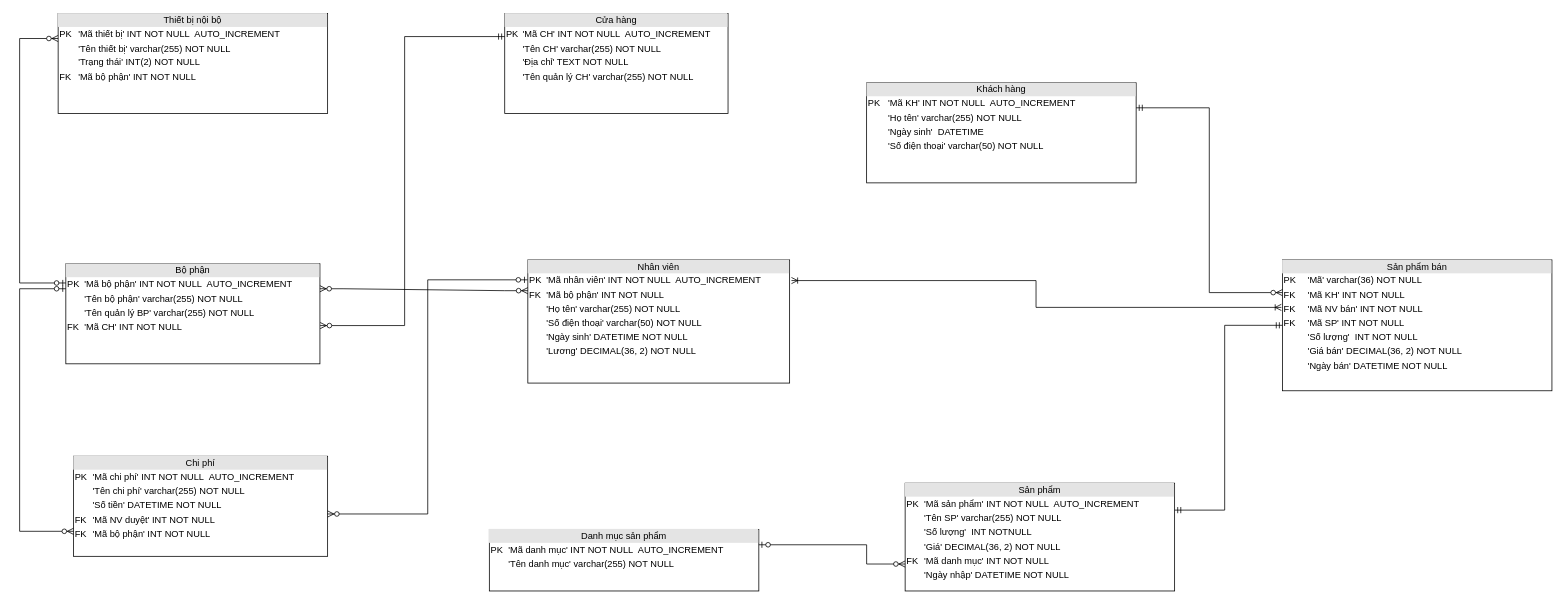
Before: Bieu do du lieu muc logic.drawio in NightFury712/Test, a draw.io diagram. Source tidied: cells renumbered, new cells numbered last; positions are measured from the earlier drawing's top-left corner, leaving out a move shared by most shapes. Both pictures are drawn from the tidied source at 77%, with x=0, y=0 at pixel (19, 13).
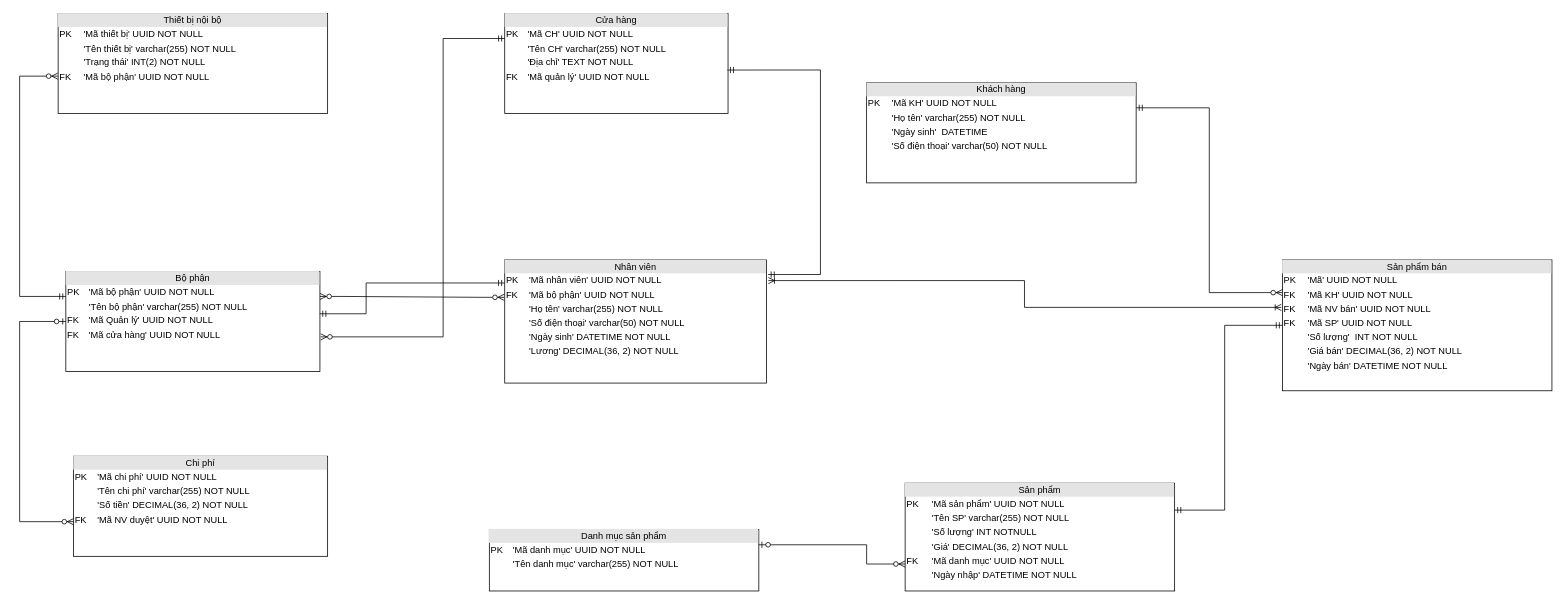
The same page after the edit.

Diff of the diagram source:
```diff
@@
-    <mxCell id="2" value="&lt;div style=&quot;text-align: center ; box-sizing: border-box ; width: 100% ; background: rgb(228 , 228 , 228) ; padding: 2px&quot;&gt;Thiết bị nội bộ&lt;/div&gt;&lt;table style=&quot;width: 100% ; font-size: 1em&quot; cellpadding=&quot;2&quot; cellspacing=&quot;0&quot;&gt;&lt;tbody&gt;&lt;tr&gt;&lt;td&gt;PK&lt;/td&gt;&lt;td&gt;'Mã thiết bị' INT NOT NULL&amp;nbsp; AUTO_INCREMENT&lt;/td&gt;&lt;/tr&gt;&lt;tr&gt;&lt;td&gt;&lt;span style=&quot;white-space: pre&quot;&gt; &lt;/span&gt;&lt;br&gt;&lt;/td&gt;&lt;td&gt;'Tên thiết bị' varchar(255) NOT NULL&lt;/td&gt;&lt;/tr&gt;&lt;tr&gt;&lt;td&gt;&lt;br&gt;&lt;/td&gt;&lt;td&gt;'Trạng thái' INT(2) NOT NULL&lt;br&gt;&lt;/td&gt;&lt;/tr&gt;&lt;tr&gt;&lt;td&gt;FK&lt;/td&gt;&lt;td&gt;'Mã bộ phận' INT NOT NULL&lt;/td&gt;&lt;/tr&gt;&lt;/tbody&gt;&lt;/table&gt;" style="verticalAlign=top;align=left;overflow=fill;html=1;strokeColor=default;" parent="1" vertex="1">
+    <mxCell id="2" value="&lt;div style=&quot;text-align: center ; box-sizing: border-box ; width: 100% ; background: rgb(228 , 228 , 228) ; padding: 2px&quot;&gt;Thiết bị nội bộ&lt;/div&gt;&lt;table style=&quot;width: 100% ; font-size: 1em&quot; cellpadding=&quot;2&quot; cellspacing=&quot;0&quot;&gt;&lt;tbody&gt;&lt;tr&gt;&lt;td&gt;PK&lt;/td&gt;&lt;td&gt;'Mã thiết bị' UUID NOT NULL&amp;nbsp;&lt;/td&gt;&lt;/tr&gt;&lt;tr&gt;&lt;td&gt;&lt;span&gt; &lt;/span&gt;&lt;br&gt;&lt;/td&gt;&lt;td&gt;'Tên thiết bị' varchar(255) NOT NULL&lt;/td&gt;&lt;/tr&gt;&lt;tr&gt;&lt;td&gt;&lt;br&gt;&lt;/td&gt;&lt;td&gt;'Trạng thái' INT(2) NOT NULL&lt;br&gt;&lt;/td&gt;&lt;/tr&gt;&lt;tr&gt;&lt;td&gt;FK&lt;/td&gt;&lt;td&gt;'Mã bộ phận' UUID NOT NULL&lt;/td&gt;&lt;/tr&gt;&lt;/tbody&gt;&lt;/table&gt;" style="verticalAlign=top;align=left;overflow=fill;html=1;strokeColor=default;" parent="1" vertex="1">
       <mxGeometry x="50" width="350" height="130" as="geometry" />
     </mxCell>
-    <mxCell id="3" value="&lt;div style=&quot;text-align: center ; box-sizing: border-box ; width: 100% ; background: rgb(228 , 228 , 228) ; padding: 2px&quot;&gt;Cửa hàng&lt;/div&gt;&lt;table style=&quot;width: 100% ; font-size: 1em&quot; cellpadding=&quot;2&quot; cellspacing=&quot;0&quot;&gt;&lt;tbody&gt;&lt;tr&gt;&lt;td&gt;PK&lt;/td&gt;&lt;td&gt;'Mã CH' INT NOT NULL&amp;nbsp; AUTO_INCREMENT&lt;/td&gt;&lt;/tr&gt;&lt;tr&gt;&lt;td&gt;&lt;span style=&quot;white-space: pre&quot;&gt; &lt;/span&gt;&lt;br&gt;&lt;/td&gt;&lt;td&gt;'Tên CH' varchar(255) NOT NULL&amp;nbsp;&lt;/td&gt;&lt;/tr&gt;&lt;tr&gt;&lt;td&gt;&lt;br&gt;&lt;/td&gt;&lt;td&gt;'Địa chỉ' TEXT NOT NULL&lt;br&gt;&lt;/td&gt;&lt;/tr&gt;&lt;tr&gt;&lt;td&gt;&lt;br&gt;&lt;/td&gt;&lt;td&gt;'Tên quản lý CH' varchar(255) NOT NULL&lt;/td&gt;&lt;/tr&gt;&lt;/tbody&gt;&lt;/table&gt;" style="verticalAlign=top;align=left;overflow=fill;html=1;strokeColor=default;" parent="1" vertex="1">
+    <mxCell id="3" value="&lt;div style=&quot;text-align: center ; box-sizing: border-box ; width: 100% ; background: rgb(228 , 228 , 228) ; padding: 2px&quot;&gt;Cửa hàng&lt;/div&gt;&lt;table style=&quot;width: 100% ; font-size: 1em&quot; cellpadding=&quot;2&quot; cellspacing=&quot;0&quot;&gt;&lt;tbody&gt;&lt;tr&gt;&lt;td&gt;PK&lt;/td&gt;&lt;td&gt;'Mã CH' UUID NOT NULL&amp;nbsp;&amp;nbsp;&lt;/td&gt;&lt;/tr&gt;&lt;tr&gt;&lt;td&gt;&lt;span style=&quot;white-space: pre&quot;&gt; &lt;/span&gt;&lt;br&gt;&lt;/td&gt;&lt;td&gt;'Tên CH' varchar(255) NOT NULL&amp;nbsp;&lt;/td&gt;&lt;/tr&gt;&lt;tr&gt;&lt;td&gt;&lt;br&gt;&lt;/td&gt;&lt;td&gt;'Địa chỉ' TEXT NOT NULL&lt;br&gt;&lt;/td&gt;&lt;/tr&gt;&lt;tr&gt;&lt;td&gt;FK&lt;/td&gt;&lt;td&gt;'Mã quản lý' UUID NOT NULL&lt;/td&gt;&lt;/tr&gt;&lt;/tbody&gt;&lt;/table&gt;" style="verticalAlign=top;align=left;overflow=fill;html=1;strokeColor=default;" parent="1" vertex="1">
       <mxGeometry x="630" width="290" height="130" as="geometry" />
     </mxCell>
-    <mxCell id="4" value="&lt;div style=&quot;text-align: center ; box-sizing: border-box ; width: 100% ; background: rgb(228 , 228 , 228) ; padding: 2px&quot;&gt;Khách hàng&lt;/div&gt;&lt;table style=&quot;width: 100% ; font-size: 1em&quot; cellpadding=&quot;2&quot; cellspacing=&quot;0&quot;&gt;&lt;tbody&gt;&lt;tr&gt;&lt;td&gt;PK&lt;/td&gt;&lt;td&gt;'Mã KH' INT NOT NULL&amp;nbsp; AUTO_INCREMENT&lt;/td&gt;&lt;/tr&gt;&lt;tr&gt;&lt;td&gt;&lt;span style=&quot;white-space: pre&quot;&gt; &lt;/span&gt;&lt;br&gt;&lt;/td&gt;&lt;td&gt;'Họ tên' varchar(255) NOT NULL&amp;nbsp;&lt;/td&gt;&lt;/tr&gt;&lt;tr&gt;&lt;td&gt;&lt;br&gt;&lt;/td&gt;&lt;td&gt;'Ngày sinh'&amp;nbsp; DATETIME&lt;br&gt;&lt;/td&gt;&lt;/tr&gt;&lt;tr&gt;&lt;td&gt;&lt;br&gt;&lt;/td&gt;&lt;td&gt;'Số điện thoại' varchar(50) NOT NULL&lt;/td&gt;&lt;/tr&gt;&lt;/tbody&gt;&lt;/table&gt;" style="verticalAlign=top;align=left;overflow=fill;html=1;strokeColor=default;" parent="1" vertex="1">
+    <mxCell id="4" value="&lt;div style=&quot;text-align: center ; box-sizing: border-box ; width: 100% ; background: rgb(228 , 228 , 228) ; padding: 2px&quot;&gt;Khách hàng&lt;/div&gt;&lt;table style=&quot;width: 100% ; font-size: 1em&quot; cellpadding=&quot;2&quot; cellspacing=&quot;0&quot;&gt;&lt;tbody&gt;&lt;tr&gt;&lt;td&gt;PK&lt;/td&gt;&lt;td&gt;'Mã KH' UUID NOT NULL&lt;/td&gt;&lt;/tr&gt;&lt;tr&gt;&lt;td&gt;&lt;span&gt; &lt;/span&gt;&lt;br&gt;&lt;/td&gt;&lt;td&gt;'Họ tên' varchar(255) NOT NULL&amp;nbsp;&lt;/td&gt;&lt;/tr&gt;&lt;tr&gt;&lt;td&gt;&lt;br&gt;&lt;/td&gt;&lt;td&gt;'Ngày sinh'&amp;nbsp; DATETIME&lt;br&gt;&lt;/td&gt;&lt;/tr&gt;&lt;tr&gt;&lt;td&gt;&lt;br&gt;&lt;/td&gt;&lt;td&gt;'Số điện thoại' varchar(50) NOT NULL&lt;/td&gt;&lt;/tr&gt;&lt;/tbody&gt;&lt;/table&gt;" style="verticalAlign=top;align=left;overflow=fill;html=1;strokeColor=default;" parent="1" vertex="1">
       <mxGeometry x="1100" y="90" width="350" height="130" as="geometry" />
     </mxCell>
-    <mxCell id="5" value="&lt;div style=&quot;text-align: center ; box-sizing: border-box ; width: 100% ; background: rgb(228 , 228 , 228) ; padding: 2px&quot;&gt;Bộ phận&lt;/div&gt;&lt;table style=&quot;width: 100% ; font-size: 1em&quot; cellpadding=&quot;2&quot; cellspacing=&quot;0&quot;&gt;&lt;tbody&gt;&lt;tr&gt;&lt;td&gt;PK&lt;/td&gt;&lt;td&gt;'Mã bộ phận' INT NOT NULL&amp;nbsp; AUTO_INCREMENT&lt;/td&gt;&lt;/tr&gt;&lt;tr&gt;&lt;td&gt;&lt;span style=&quot;white-space: pre&quot;&gt; &lt;/span&gt;&lt;br&gt;&lt;/td&gt;&lt;td&gt;'Tên bộ phận' varchar(255) NOT NULL&amp;nbsp;&lt;/td&gt;&lt;/tr&gt;&lt;tr&gt;&lt;td&gt;&lt;br&gt;&lt;/td&gt;&lt;td&gt;'Tên quản lý BP' varchar(255) NOT NULL&lt;br&gt;&lt;/td&gt;&lt;/tr&gt;&lt;tr&gt;&lt;td&gt;FK&lt;/td&gt;&lt;td&gt;'Mã CH' INT NOT NULL&lt;/td&gt;&lt;/tr&gt;&lt;/tbody&gt;&lt;/table&gt;" style="verticalAlign=top;align=left;overflow=fill;html=1;strokeColor=default;" parent="1" vertex="1">
-      <mxGeometry x="60" y="325" width="330" height="130" as="geometry" />
+    <mxCell id="5" value="&lt;div style=&quot;text-align: center ; box-sizing: border-box ; width: 100% ; background: rgb(228 , 228 , 228) ; padding: 2px&quot;&gt;Bộ phận&lt;/div&gt;&lt;table style=&quot;width: 100% ; font-size: 1em&quot; cellpadding=&quot;2&quot; cellspacing=&quot;0&quot;&gt;&lt;tbody&gt;&lt;tr&gt;&lt;td&gt;PK&lt;/td&gt;&lt;td&gt;'Mã bộ phận' UUID NOT NULL&lt;br&gt;&lt;/td&gt;&lt;/tr&gt;&lt;tr&gt;&lt;td&gt;&lt;span&gt; &lt;/span&gt;&lt;br&gt;&lt;/td&gt;&lt;td&gt;'Tên bộ phận' varchar(255) NOT NULL&amp;nbsp;&lt;/td&gt;&lt;/tr&gt;&lt;tr&gt;&lt;td&gt;FK&lt;/td&gt;&lt;td&gt;'Mã Quản lý' UUID NOT NULL&lt;/td&gt;&lt;/tr&gt;&lt;tr&gt;&lt;td&gt;FK&lt;/td&gt;&lt;td&gt;'Mã cửa hàng' UUID NOT NULL&lt;/td&gt;&lt;/tr&gt;&lt;/tbody&gt;&lt;/table&gt;" style="verticalAlign=top;align=left;overflow=fill;html=1;strokeColor=default;" parent="1" vertex="1">
+      <mxGeometry x="60" y="335" width="330" height="130" as="geometry" />
     </mxCell>
-    <mxCell id="6" value="&lt;div style=&quot;text-align: center ; box-sizing: border-box ; width: 100% ; background: rgb(228 , 228 , 228) ; padding: 2px&quot;&gt;Nhân viên&lt;/div&gt;&lt;table style=&quot;width: 100% ; font-size: 1em&quot; cellpadding=&quot;2&quot; cellspacing=&quot;0&quot;&gt;&lt;tbody&gt;&lt;tr&gt;&lt;td&gt;PK&lt;/td&gt;&lt;td&gt;'Mã nhân viên' INT NOT NULL&amp;nbsp; AUTO_INCREMENT&lt;/td&gt;&lt;/tr&gt;&lt;tr&gt;&lt;td&gt;FK&lt;/td&gt;&lt;td&gt;'Mã bộ phận' INT NOT NULL&lt;/td&gt;&lt;/tr&gt;&lt;tr&gt;&lt;td&gt;&lt;span style=&quot;white-space: pre&quot;&gt; &lt;/span&gt;&lt;br&gt;&lt;/td&gt;&lt;td&gt;'Họ tên' varchar(255) NOT NULL&amp;nbsp;&lt;/td&gt;&lt;/tr&gt;&lt;tr&gt;&lt;td&gt;&lt;br&gt;&lt;/td&gt;&lt;td&gt;'Số điện thoại' varchar(50) NOT NULL&lt;br&gt;&lt;/td&gt;&lt;/tr&gt;&lt;tr&gt;&lt;td&gt;&lt;br&gt;&lt;/td&gt;&lt;td&gt;'Ngày sinh' DATETIME NOT NULL&lt;/td&gt;&lt;/tr&gt;&lt;tr&gt;&lt;td&gt;&lt;br&gt;&lt;/td&gt;&lt;td&gt;'Lương' DECIMAL(36, 2) NOT NULL&lt;/td&gt;&lt;/tr&gt;&lt;/tbody&gt;&lt;/table&gt;" style="verticalAlign=top;align=left;overflow=fill;html=1;strokeColor=default;" parent="1" vertex="1">
-      <mxGeometry x="660" y="320" width="340" height="160" as="geometry" />
+    <mxCell id="6" value="&lt;div style=&quot;text-align: center ; box-sizing: border-box ; width: 100% ; background: rgb(228 , 228 , 228) ; padding: 2px&quot;&gt;Nhân viên&lt;/div&gt;&lt;table style=&quot;width: 100% ; font-size: 1em&quot; cellpadding=&quot;2&quot; cellspacing=&quot;0&quot;&gt;&lt;tbody&gt;&lt;tr&gt;&lt;td&gt;PK&lt;/td&gt;&lt;td&gt;'Mã nhân viên' UUID NOT NULL&lt;/td&gt;&lt;/tr&gt;&lt;tr&gt;&lt;td&gt;FK&lt;/td&gt;&lt;td&gt;'Mã bộ phận' UUID NOT NULL&lt;/td&gt;&lt;/tr&gt;&lt;tr&gt;&lt;td&gt;&lt;span&gt; &lt;/span&gt;&lt;br&gt;&lt;/td&gt;&lt;td&gt;'Họ tên' varchar(255) NOT NULL&amp;nbsp;&lt;/td&gt;&lt;/tr&gt;&lt;tr&gt;&lt;td&gt;&lt;br&gt;&lt;/td&gt;&lt;td&gt;'Số điện thoại' varchar(50) NOT NULL&lt;br&gt;&lt;/td&gt;&lt;/tr&gt;&lt;tr&gt;&lt;td&gt;&lt;br&gt;&lt;/td&gt;&lt;td&gt;'Ngày sinh' DATETIME NOT NULL&lt;/td&gt;&lt;/tr&gt;&lt;tr&gt;&lt;td&gt;&lt;br&gt;&lt;/td&gt;&lt;td&gt;'Lương' DECIMAL(36, 2) NOT NULL&lt;/td&gt;&lt;/tr&gt;&lt;/tbody&gt;&lt;/table&gt;" style="verticalAlign=top;align=left;overflow=fill;html=1;strokeColor=default;" parent="1" vertex="1">
+      <mxGeometry x="630" y="320" width="340" height="160" as="geometry" />
     </mxCell>
-    <mxCell id="7" value="&lt;div style=&quot;text-align: center ; box-sizing: border-box ; width: 100% ; background: rgb(228 , 228 , 228) ; padding: 2px&quot;&gt;Chi phí&lt;/div&gt;&lt;table style=&quot;width: 100% ; font-size: 1em&quot; cellpadding=&quot;2&quot; cellspacing=&quot;0&quot;&gt;&lt;tbody&gt;&lt;tr&gt;&lt;td&gt;PK&lt;/td&gt;&lt;td&gt;'Mã chi phí' INT NOT NULL&amp;nbsp; AUTO_INCREMENT&lt;/td&gt;&lt;/tr&gt;&lt;tr&gt;&lt;td&gt;&lt;span style=&quot;white-space: pre&quot;&gt; &lt;/span&gt;&lt;br&gt;&lt;/td&gt;&lt;td&gt;'Tên chi phí' varchar(255) NOT NULL&amp;nbsp;&lt;/td&gt;&lt;/tr&gt;&lt;tr&gt;&lt;td&gt;&lt;br&gt;&lt;/td&gt;&lt;td&gt;'Số tiền' DATETIME NOT NULL&lt;br&gt;&lt;/td&gt;&lt;/tr&gt;&lt;tr&gt;&lt;td&gt;FK&lt;/td&gt;&lt;td&gt;'Mã NV duyệt' INT NOT NULL&lt;/td&gt;&lt;/tr&gt;&lt;tr&gt;&lt;td&gt;FK&lt;/td&gt;&lt;td&gt;'Mã bộ phận' INT NOT NULL&lt;/td&gt;&lt;/tr&gt;&lt;/tbody&gt;&lt;/table&gt;" style="verticalAlign=top;align=left;overflow=fill;html=1;strokeColor=default;" parent="1" vertex="1">
+    <mxCell id="7" value="&lt;div style=&quot;text-align: center ; box-sizing: border-box ; width: 100% ; background: rgb(228 , 228 , 228) ; padding: 2px&quot;&gt;Chi phí&lt;/div&gt;&lt;table style=&quot;width: 100% ; font-size: 1em&quot; cellpadding=&quot;2&quot; cellspacing=&quot;0&quot;&gt;&lt;tbody&gt;&lt;tr&gt;&lt;td&gt;PK&lt;/td&gt;&lt;td&gt;'Mã chi phí' UUID NOT NULL&amp;nbsp;&lt;/td&gt;&lt;/tr&gt;&lt;tr&gt;&lt;td&gt;&lt;span&gt; &lt;/span&gt;&lt;br&gt;&lt;/td&gt;&lt;td&gt;'Tên chi phí' varchar(255) NOT NULL&amp;nbsp;&lt;/td&gt;&lt;/tr&gt;&lt;tr&gt;&lt;td&gt;&lt;br&gt;&lt;/td&gt;&lt;td&gt;'Số tiền' DECIMAL(36, 2) NOT NULL&lt;br&gt;&lt;/td&gt;&lt;/tr&gt;&lt;tr&gt;&lt;td&gt;FK&lt;/td&gt;&lt;td&gt;'Mã NV duyệt' UUID NOT NULL&lt;/td&gt;&lt;/tr&gt;&lt;/tbody&gt;&lt;/table&gt;" style="verticalAlign=top;align=left;overflow=fill;html=1;strokeColor=default;" parent="1" vertex="1">
       <mxGeometry x="70" y="575" width="330" height="130" as="geometry" />
     </mxCell>
-    <mxCell id="8" value="&lt;div style=&quot;text-align: center ; box-sizing: border-box ; width: 100% ; background: rgb(228 , 228 , 228) ; padding: 2px&quot;&gt;Sản phẩm&lt;/div&gt;&lt;table style=&quot;width: 100% ; font-size: 1em&quot; cellpadding=&quot;2&quot; cellspacing=&quot;0&quot;&gt;&lt;tbody&gt;&lt;tr&gt;&lt;td&gt;PK&lt;/td&gt;&lt;td&gt;'Mã sản phẩm' INT NOT NULL&amp;nbsp; AUTO_INCREMENT&lt;/td&gt;&lt;/tr&gt;&lt;tr&gt;&lt;td&gt;&lt;span&gt; &lt;/span&gt;&lt;br&gt;&lt;/td&gt;&lt;td&gt;'Tên SP' varchar(255) NOT NULL&amp;nbsp;&lt;/td&gt;&lt;/tr&gt;&lt;tr&gt;&lt;td&gt;&lt;br&gt;&lt;/td&gt;&lt;td&gt;'Số lượng'&amp;nbsp; INT NOTNULL&lt;br&gt;&lt;/td&gt;&lt;/tr&gt;&lt;tr&gt;&lt;td&gt;&lt;br&gt;&lt;/td&gt;&lt;td&gt;'Giá' DECIMAL(36, 2) NOT NULL&lt;/td&gt;&lt;/tr&gt;&lt;tr&gt;&lt;td&gt;FK&lt;/td&gt;&lt;td&gt;'Mã danh mục' INT NOT NULL&lt;/td&gt;&lt;/tr&gt;&lt;tr&gt;&lt;td&gt;&lt;br&gt;&lt;/td&gt;&lt;td&gt;'Ngày nhập' DATETIME NOT NULL&lt;/td&gt;&lt;/tr&gt;&lt;/tbody&gt;&lt;/table&gt;" style="verticalAlign=top;align=left;overflow=fill;html=1;strokeColor=default;" parent="1" vertex="1">
+    <mxCell id="8" value="&lt;div style=&quot;text-align: center ; box-sizing: border-box ; width: 100% ; background: rgb(228 , 228 , 228) ; padding: 2px&quot;&gt;Sản phẩm&lt;/div&gt;&lt;table style=&quot;width: 100% ; font-size: 1em&quot; cellpadding=&quot;2&quot; cellspacing=&quot;0&quot;&gt;&lt;tbody&gt;&lt;tr&gt;&lt;td&gt;PK&lt;/td&gt;&lt;td&gt;'Mã sản phẩm' UUID NOT NULL&lt;/td&gt;&lt;/tr&gt;&lt;tr&gt;&lt;td&gt;&lt;span&gt; &lt;/span&gt;&lt;br&gt;&lt;/td&gt;&lt;td&gt;'Tên SP' varchar(255) NOT NULL&amp;nbsp;&lt;/td&gt;&lt;/tr&gt;&lt;tr&gt;&lt;td&gt;&lt;br&gt;&lt;/td&gt;&lt;td&gt;'Số lượng' INT NOTNULL&lt;br&gt;&lt;/td&gt;&lt;/tr&gt;&lt;tr&gt;&lt;td&gt;&lt;br&gt;&lt;/td&gt;&lt;td&gt;'Giá' DECIMAL(36, 2) NOT NULL&lt;/td&gt;&lt;/tr&gt;&lt;tr&gt;&lt;td&gt;FK&lt;/td&gt;&lt;td&gt;'Mã danh mục' UUID NOT NULL&lt;/td&gt;&lt;/tr&gt;&lt;tr&gt;&lt;td&gt;&lt;br&gt;&lt;/td&gt;&lt;td&gt;'Ngày nhập' DATETIME NOT NULL&lt;/td&gt;&lt;/tr&gt;&lt;/tbody&gt;&lt;/table&gt;" style="verticalAlign=top;align=left;overflow=fill;html=1;strokeColor=default;" parent="1" vertex="1">
       <mxGeometry x="1150" y="610" width="350" height="140" as="geometry" />
     </mxCell>
-    <mxCell id="9" value="&lt;div style=&quot;text-align: center ; box-sizing: border-box ; width: 100% ; background: rgb(228 , 228 , 228) ; padding: 2px&quot;&gt;Danh mục sản phẩm&lt;/div&gt;&lt;table style=&quot;width: 100% ; font-size: 1em&quot; cellpadding=&quot;2&quot; cellspacing=&quot;0&quot;&gt;&lt;tbody&gt;&lt;tr&gt;&lt;td&gt;PK&lt;/td&gt;&lt;td&gt;'Mã danh mục' INT NOT NULL&amp;nbsp; AUTO_INCREMENT&lt;/td&gt;&lt;/tr&gt;&lt;tr&gt;&lt;td&gt;&lt;span style=&quot;white-space: pre&quot;&gt; &lt;/span&gt;&lt;br&gt;&lt;/td&gt;&lt;td&gt;'Tên danh mục' varchar(255) NOT NULL&amp;nbsp;&lt;/td&gt;&lt;/tr&gt;&lt;/tbody&gt;&lt;/table&gt;" style="verticalAlign=top;align=left;overflow=fill;html=1;strokeColor=default;" parent="1" vertex="1">
+    <mxCell id="9" value="&lt;div style=&quot;text-align: center ; box-sizing: border-box ; width: 100% ; background: rgb(228 , 228 , 228) ; padding: 2px&quot;&gt;Danh mục sản phẩm&lt;/div&gt;&lt;table style=&quot;width: 100% ; font-size: 1em&quot; cellpadding=&quot;2&quot; cellspacing=&quot;0&quot;&gt;&lt;tbody&gt;&lt;tr&gt;&lt;td&gt;PK&lt;/td&gt;&lt;td&gt;'Mã danh mục' UUID NOT NULL&lt;/td&gt;&lt;/tr&gt;&lt;tr&gt;&lt;td&gt;&lt;span&gt; &lt;/span&gt;&lt;br&gt;&lt;/td&gt;&lt;td&gt;'Tên danh mục' varchar(255) NOT NULL&amp;nbsp;&lt;/td&gt;&lt;/tr&gt;&lt;/tbody&gt;&lt;/table&gt;" style="verticalAlign=top;align=left;overflow=fill;html=1;strokeColor=default;" parent="1" vertex="1">
       <mxGeometry x="610" y="670" width="350" height="80" as="geometry" />
     </mxCell>
-    <mxCell id="10" value="&lt;div style=&quot;text-align: center ; box-sizing: border-box ; width: 100% ; background: rgb(228 , 228 , 228) ; padding: 2px&quot;&gt;Sản phẩm bán&lt;/div&gt;&lt;table style=&quot;width: 100% ; font-size: 1em&quot; cellpadding=&quot;2&quot; cellspacing=&quot;0&quot;&gt;&lt;tbody&gt;&lt;tr&gt;&lt;td&gt;PK&lt;/td&gt;&lt;td&gt;'Mã' varchar(36) NOT NULL&amp;nbsp;&lt;/td&gt;&lt;/tr&gt;&lt;tr&gt;&lt;td&gt;FK&lt;/td&gt;&lt;td&gt;'Mã KH' INT NOT NULL&lt;/td&gt;&lt;/tr&gt;&lt;tr&gt;&lt;td&gt;FK&lt;/td&gt;&lt;td&gt;'Mã NV bán' INT NOT NULL&lt;/td&gt;&lt;/tr&gt;&lt;tr&gt;&lt;td&gt;FK&lt;/td&gt;&lt;td&gt;'Mã SP' INT NOT NULL&lt;/td&gt;&lt;/tr&gt;&lt;tr&gt;&lt;td&gt;&lt;br&gt;&lt;/td&gt;&lt;td&gt;'Số lượng'&amp;nbsp; INT NOT NULL&lt;br&gt;&lt;/td&gt;&lt;/tr&gt;&lt;tr&gt;&lt;td&gt;&lt;br&gt;&lt;/td&gt;&lt;td&gt;'Giá bán' DECIMAL(36, 2) NOT NULL&lt;/td&gt;&lt;/tr&gt;&lt;tr&gt;&lt;td&gt;&lt;br&gt;&lt;/td&gt;&lt;td&gt;'Ngày bán' DATETIME NOT NULL&lt;/td&gt;&lt;/tr&gt;&lt;/tbody&gt;&lt;/table&gt;" style="verticalAlign=top;align=left;overflow=fill;html=1;strokeColor=default;" parent="1" vertex="1">
+    <mxCell id="10" value="&lt;div style=&quot;text-align: center ; box-sizing: border-box ; width: 100% ; background: rgb(228 , 228 , 228) ; padding: 2px&quot;&gt;Sản phẩm bán&lt;/div&gt;&lt;table style=&quot;width: 100% ; font-size: 1em&quot; cellpadding=&quot;2&quot; cellspacing=&quot;0&quot;&gt;&lt;tbody&gt;&lt;tr&gt;&lt;td&gt;PK&lt;/td&gt;&lt;td&gt;'Mã' UUID NOT NULL&amp;nbsp;&lt;br&gt;&lt;/td&gt;&lt;/tr&gt;&lt;tr&gt;&lt;td&gt;FK&lt;/td&gt;&lt;td&gt;'Mã KH' UUID NOT NULL&lt;/td&gt;&lt;/tr&gt;&lt;tr&gt;&lt;td&gt;FK&lt;/td&gt;&lt;td&gt;'Mã NV bán'&amp;nbsp;UUID&amp;nbsp;NOT NULL&lt;br&gt;&lt;/td&gt;&lt;/tr&gt;&lt;tr&gt;&lt;td&gt;FK&lt;/td&gt;&lt;td&gt;'Mã SP' UUID NOT NULL&lt;/td&gt;&lt;/tr&gt;&lt;tr&gt;&lt;td&gt;&lt;br&gt;&lt;/td&gt;&lt;td&gt;'Số lượng'&amp;nbsp; INT NOT NULL&lt;br&gt;&lt;/td&gt;&lt;/tr&gt;&lt;tr&gt;&lt;td&gt;&lt;br&gt;&lt;/td&gt;&lt;td&gt;'Giá bán' DECIMAL(36, 2) NOT NULL&lt;/td&gt;&lt;/tr&gt;&lt;tr&gt;&lt;td&gt;&lt;br&gt;&lt;/td&gt;&lt;td&gt;'Ngày bán' DATETIME NOT NULL&lt;/td&gt;&lt;/tr&gt;&lt;/tbody&gt;&lt;/table&gt;" style="verticalAlign=top;align=left;overflow=fill;html=1;strokeColor=default;" parent="1" vertex="1">
       <mxGeometry x="1640" y="320" width="350" height="170" as="geometry" />
     </mxCell>
-    <mxCell id="11" style="edgeStyle=orthogonalEdgeStyle;fontSize=12;html=1;endArrow=ERzeroToMany;startArrow=ERzeroToOne;rounded=0;entryX=0;entryY=0.25;entryDx=0;entryDy=0;" parent="1" edge="1" target="2">
-      <mxGeometry relative="1" as="geometry">
-        <mxPoint x="60" y="350" as="sourcePoint" />
-        <Array as="points">
-          <mxPoint y="350" />
-          <mxPoint y="33" />
-        </Array>
-      </mxGeometry>
-    </mxCell>
-    <mxCell id="12" style="edgeStyle=orthogonalEdgeStyle;fontSize=12;html=1;endArrow=ERzeroToMany;startArrow=ERzeroToOne;rounded=0;exitX=0;exitY=0.25;exitDx=0;exitDy=0;entryX=0;entryY=0.75;entryDx=0;entryDy=0;" parent="1" edge="1" source="5" target="7">
+    <mxCell id="12" style="edgeStyle=orthogonalEdgeStyle;fontSize=12;html=1;endArrow=ERzeroToMany;startArrow=ERzeroToOne;rounded=0;" parent="1" edge="1" source="5" target="7">
       <mxGeometry relative="1" as="geometry">
         <Array as="points">
-          <mxPoint y="358" />
-          <mxPoint y="673" />
+          <mxPoint y="400" />
+          <mxPoint y="660" />
         </Array>
       </mxGeometry>
     </mxCell>
-    <mxCell id="13" style="edgeStyle=orthogonalEdgeStyle;fontSize=12;html=1;endArrow=ERzeroToMany;startArrow=ERmandOne;rounded=0;entryX=1.001;entryY=0.618;entryDx=0;entryDy=0;entryPerimeter=0;" parent="1" edge="1" target="5">
-      <mxGeometry relative="1" as="geometry">
-        <mxPoint x="630" y="30" as="sourcePoint" />
-        <Array as="points">
-          <mxPoint x="630" y="30" />
-          <mxPoint x="500" y="30" />
-          <mxPoint x="500" y="405" />
-        </Array>
-      </mxGeometry>
-    </mxCell>
-    <mxCell id="14" style="edgeStyle=entityRelationEdgeStyle;fontSize=12;html=1;endArrow=ERzeroToMany;endFill=1;startArrow=ERzeroToMany;rounded=0;exitX=1;exitY=0.25;exitDx=0;exitDy=0;entryX=0;entryY=0.25;entryDx=0;entryDy=0;" parent="1" edge="1" source="5" target="6">
+    <mxCell id="14" style="edgeStyle=entityRelationEdgeStyle;fontSize=12;html=1;endArrow=ERzeroToMany;endFill=1;startArrow=ERzeroToMany;rounded=0;exitX=1;exitY=0.25;exitDx=0;exitDy=0;entryX=-0.002;entryY=0.304;entryDx=0;entryDy=0;entryPerimeter=0;" parent="1" edge="1" source="5" target="6">
       <mxGeometry relative="1" as="geometry" />
     </mxCell>
-    <mxCell id="15" style="edgeStyle=orthogonalEdgeStyle;fontSize=12;html=1;endArrow=ERzeroToMany;startArrow=ERzeroToOne;rounded=0;exitX=-0.001;exitY=0.162;exitDx=0;exitDy=0;exitPerimeter=0;" parent="1" edge="1" source="6" target="7">
-      <mxGeometry relative="1" as="geometry">
-        <Array as="points">
-          <mxPoint x="530" y="346" />
-          <mxPoint x="530" y="650" />
-        </Array>
-      </mxGeometry>
-    </mxCell>
@@
+    <mxCell id="20" style="edgeStyle=orthogonalEdgeStyle;fontSize=12;html=1;endArrow=ERmandOne;startArrow=ERmandOne;rounded=0;exitX=0.999;exitY=0.423;exitDx=0;exitDy=0;exitPerimeter=0;" parent="1" edge="1" source="5" target="6">
+      <mxGeometry relative="1" as="geometry">
+        <Array as="points">
+          <mxPoint x="450" y="390" />
+          <mxPoint x="450" y="350" />
+        </Array>
+      </mxGeometry>
+    </mxCell>
+    <mxCell id="21" style="edgeStyle=orthogonalEdgeStyle;fontSize=12;html=1;endArrow=ERmandOne;startArrow=ERmandOne;rounded=0;exitX=1.006;exitY=0.119;exitDx=0;exitDy=0;exitPerimeter=0;entryX=0.997;entryY=0.565;entryDx=0;entryDy=0;entryPerimeter=0;" parent="1" edge="1" source="6" target="3">
+      <mxGeometry relative="1" as="geometry">
+        <Array as="points">
+          <mxPoint x="1040" y="339" />
+          <mxPoint x="1040" y="74" />
+        </Array>
+      </mxGeometry>
+    </mxCell>
+    <mxCell id="22" style="edgeStyle=orthogonalEdgeStyle;fontSize=12;html=1;endArrow=ERzeroToMany;startArrow=ERmandOne;rounded=0;exitX=0;exitY=0.25;exitDx=0;exitDy=0;entryX=-0.001;entryY=0.626;entryDx=0;entryDy=0;entryPerimeter=0;" parent="1" edge="1" source="5" target="2">
+      <mxGeometry relative="1" as="geometry">
+        <Array as="points">
+          <mxPoint y="368" />
+          <mxPoint y="81" />
+        </Array>
+      </mxGeometry>
+    </mxCell>
+    <mxCell id="23" style="edgeStyle=orthogonalEdgeStyle;fontSize=12;html=1;endArrow=ERzeroToMany;startArrow=ERmandOne;rounded=0;exitX=0;exitY=0.25;exitDx=0;exitDy=0;" parent="1" edge="1" source="3">
+      <mxGeometry relative="1" as="geometry">
+        <mxPoint x="391" y="420" as="targetPoint" />
+        <Array as="points">
+          <mxPoint x="550" y="33" />
+          <mxPoint x="550" y="420" />
+          <mxPoint x="391" y="420" />
+        </Array>
+      </mxGeometry>
+    </mxCell>
```
